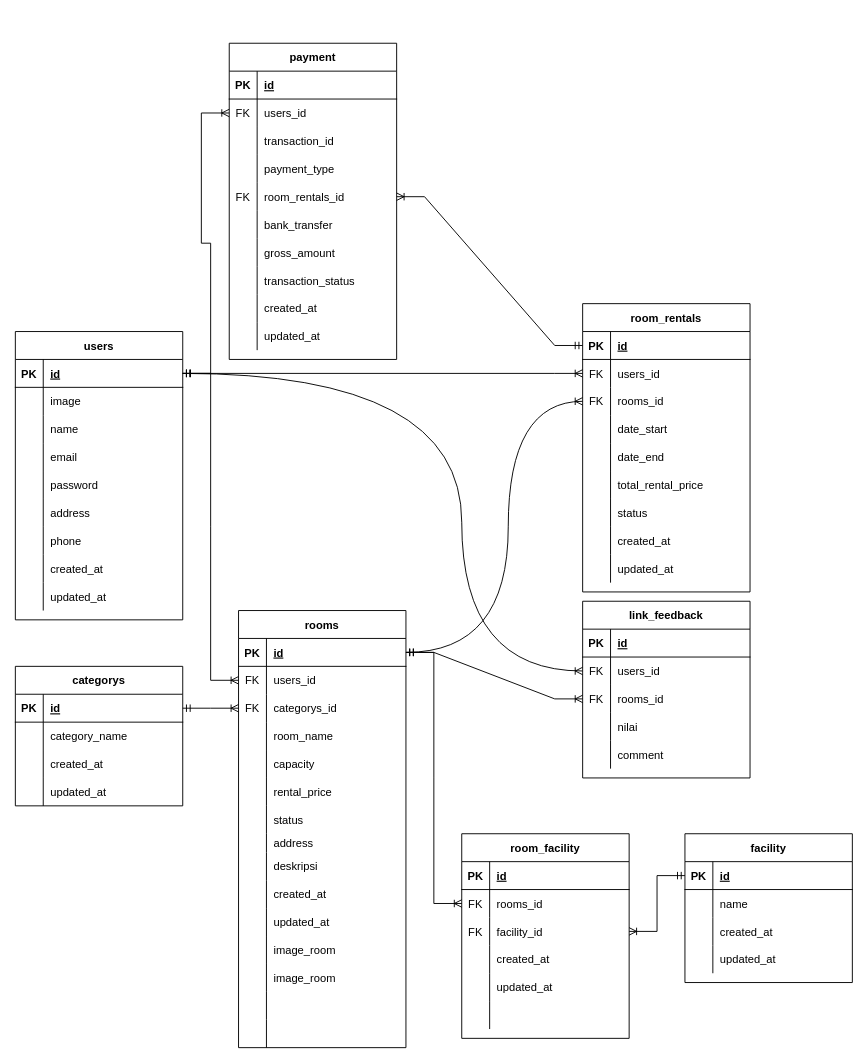
This is erd/ERD-MNroom.drawio from Capstone-MNRoom/Capstone-MNRoom-BE, a draw.io file, before an edit. Source tidied: cells renumbered, new cells numbered last; positions are measured from the earlier drawing's top-left corner, leaving out a move shared by most shapes. Both pictures are drawn from the tidied source at 93%, with x=0, y=0 at pixel (15, 43).
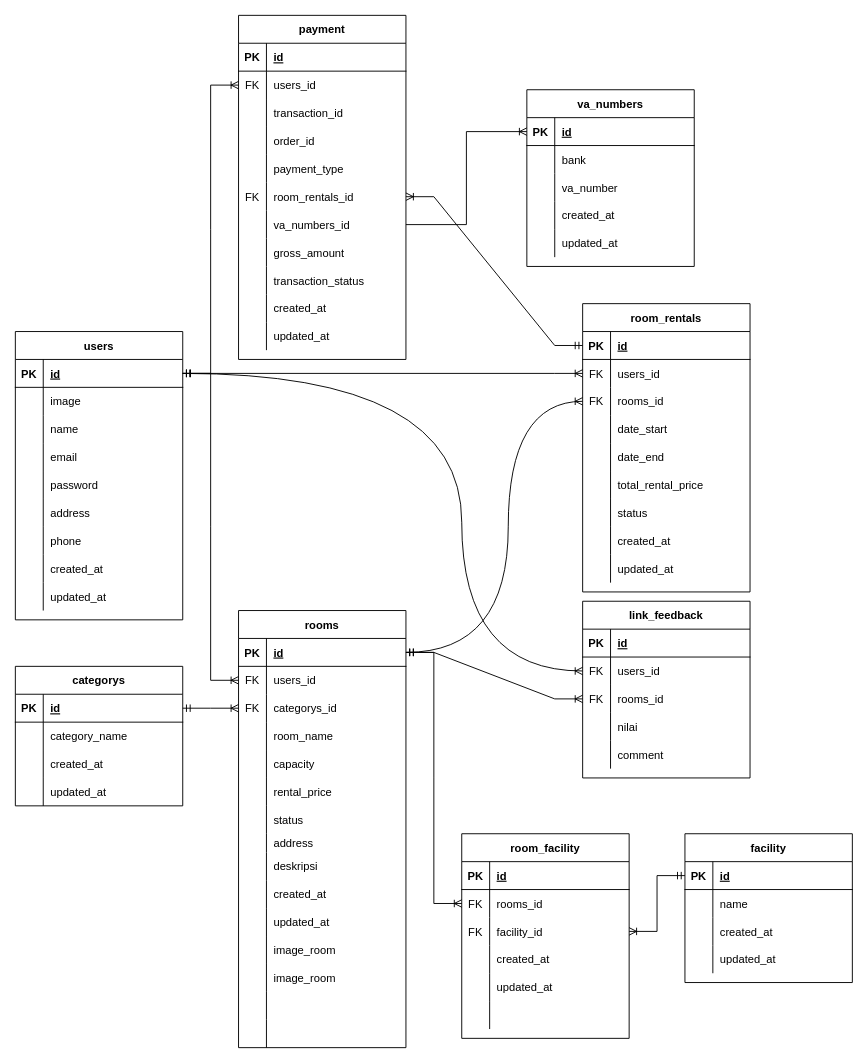
After the change.

Change to the diagram source:
```diff
@@
     <mxCell id="117" value="payment" style="shape=table;startSize=30;childLayout=tableLayout;rowLines=0;fontStyle=1;align=center;" parent="1" vertex="1">
-      <mxGeometry x="230" width="180" height="340" as="geometry" />
+      <mxGeometry x="240" y="-30" width="180" height="370" as="geometry" />
     </mxCell>
@@
+    <mxCell id="206" style="shape=tableRow;horizontal=0;startSize=0;swimlaneHead=0;swimlaneBody=0;fillColor=none;top=0;left=0;right=0;bottom=0;" parent="117" vertex="1">
+      <mxGeometry y="120" width="180" height="30" as="geometry" />
+    </mxCell>
+    <mxCell id="207" style="shape=partialRectangle;fillColor=none;top=0;left=0;bottom=0;right=0;overflow=hidden;" parent="206" vertex="1">
+      <mxGeometry width="30" height="30" as="geometry" />
+    </mxCell>
+    <mxCell id="208" value="order_id" style="shape=partialRectangle;fillColor=none;top=0;left=0;bottom=0;right=0;align=left;spacingLeft=6;overflow=hidden;" parent="206" vertex="1">
+      <mxGeometry x="30" width="150" height="30" as="geometry" />
+    </mxCell>
     <mxCell id="127" style="shape=tableRow;horizontal=0;startSize=0;swimlaneHead=0;swimlaneBody=0;fillColor=none;top=0;left=0;right=0;bottom=0;" parent="117" vertex="1">
-      <mxGeometry y="120" width="180" height="30" as="geometry" />
+      <mxGeometry y="150" width="180" height="30" as="geometry" />
     </mxCell>
@@
     <mxCell id="130" style="shape=tableRow;horizontal=0;startSize=0;swimlaneHead=0;swimlaneBody=0;fillColor=none;points=[[0,0.5],[1,0.5]];portConstraint=eastwest;top=0;left=0;right=0;bottom=0;" parent="117" vertex="1">
-      <mxGeometry y="150" width="180" height="30" as="geometry" />
+      <mxGeometry y="180" width="180" height="30" as="geometry" />
     </mxCell>
@@
     <mxCell id="133" style="shape=tableRow;horizontal=0;startSize=0;swimlaneHead=0;swimlaneBody=0;fillColor=none;points=[[0,0.5],[1,0.5]];portConstraint=eastwest;top=0;left=0;right=0;bottom=0;" parent="117" vertex="1">
-      <mxGeometry y="180" width="180" height="30" as="geometry" />
+      <mxGeometry y="210" width="180" height="30" as="geometry" />
     </mxCell>
@@
-    <mxCell id="135" value="bank_transfer" style="shape=partialRectangle;fillColor=none;top=0;left=0;bottom=0;right=0;align=left;spacingLeft=6;overflow=hidden;" parent="133" vertex="1">
+    <mxCell id="135" value="va_numbers_id" style="shape=partialRectangle;fillColor=none;top=0;left=0;bottom=0;right=0;align=left;spacingLeft=6;overflow=hidden;" parent="133" vertex="1">
       <mxGeometry x="30" width="150" height="30" as="geometry" />
     </mxCell>
     <mxCell id="136" style="shape=tableRow;horizontal=0;startSize=0;swimlaneHead=0;swimlaneBody=0;fillColor=none;top=0;left=0;right=0;bottom=0;" parent="117" vertex="1">
-      <mxGeometry y="210" width="180" height="30" as="geometry" />
+      <mxGeometry y="240" width="180" height="30" as="geometry" />
     </mxCell>
@@
     <mxCell id="139" style="shape=tableRow;horizontal=0;startSize=0;swimlaneHead=0;swimlaneBody=0;fillColor=none;top=0;left=0;right=0;bottom=0;" parent="117" vertex="1">
-      <mxGeometry y="240" width="180" height="30" as="geometry" />
+      <mxGeometry y="270" width="180" height="30" as="geometry" />
     </mxCell>
@@
     <mxCell id="142" style="shape=tableRow;horizontal=0;startSize=0;swimlaneHead=0;swimlaneBody=0;fillColor=none;top=0;left=0;right=0;bottom=0;" parent="117" vertex="1">
-      <mxGeometry y="270" width="180" height="30" as="geometry" />
+      <mxGeometry y="300" width="180" height="30" as="geometry" />
     </mxCell>
@@
     <mxCell id="145" style="shape=tableRow;horizontal=0;startSize=0;swimlaneHead=0;swimlaneBody=0;fillColor=none;top=0;left=0;right=0;bottom=0;" parent="117" vertex="1">
-      <mxGeometry y="300" width="180" height="30" as="geometry" />
+      <mxGeometry y="330" width="180" height="30" as="geometry" />
     </mxCell>
@@
+    <mxCell id="209" value="va_numbers" style="shape=table;startSize=30;childLayout=tableLayout;rowLines=0;fontStyle=1;align=center;" parent="1" vertex="1">
+      <mxGeometry x="550" y="50" width="180" height="190" as="geometry" />
+    </mxCell>
+    <mxCell id="210" style="shape=tableRow;horizontal=0;startSize=0;swimlaneHead=0;swimlaneBody=0;fillColor=none;points=[[0,0.5],[1,0.5]];portConstraint=eastwest;top=0;left=0;right=0;bottom=1;" parent="209" vertex="1">
+      <mxGeometry y="30" width="180" height="30" as="geometry" />
+    </mxCell>
+    <mxCell id="211" value="PK" style="shape=partialRectangle;fillColor=none;top=0;left=0;bottom=0;right=0;fontStyle=1;overflow=hidden;" parent="210" vertex="1">
+      <mxGeometry width="30" height="30" as="geometry" />
+    </mxCell>
+    <mxCell id="212" value="id" style="shape=partialRectangle;fillColor=none;top=0;left=0;bottom=0;right=0;align=left;spacingLeft=6;fontStyle=5;overflow=hidden;" parent="210" vertex="1">
+      <mxGeometry x="30" width="150" height="30" as="geometry" />
+    </mxCell>
+    <mxCell id="213" style="shape=tableRow;horizontal=0;startSize=0;swimlaneHead=0;swimlaneBody=0;fillColor=none;top=0;left=0;right=0;bottom=0;" parent="209" vertex="1">
+      <mxGeometry y="60" width="180" height="30" as="geometry" />
+    </mxCell>
+    <mxCell id="214" style="shape=partialRectangle;fillColor=none;top=0;left=0;bottom=0;right=0;overflow=hidden;" parent="213" vertex="1">
+      <mxGeometry width="30" height="30" as="geometry" />
+    </mxCell>
+    <mxCell id="215" value="bank" style="shape=partialRectangle;fillColor=none;top=0;left=0;bottom=0;right=0;align=left;spacingLeft=6;overflow=hidden;" parent="213" vertex="1">
+      <mxGeometry x="30" width="150" height="30" as="geometry" />
+    </mxCell>
+    <mxCell id="216" style="shape=tableRow;horizontal=0;startSize=0;swimlaneHead=0;swimlaneBody=0;fillColor=none;top=0;left=0;right=0;bottom=0;" parent="209" vertex="1">
+      <mxGeometry y="90" width="180" height="30" as="geometry" />
+    </mxCell>
+    <mxCell id="217" style="shape=partialRectangle;fillColor=none;top=0;left=0;bottom=0;right=0;overflow=hidden;" parent="216" vertex="1">
+      <mxGeometry width="30" height="30" as="geometry" />
+    </mxCell>
+    <mxCell id="218" value="va_number" style="shape=partialRectangle;fillColor=none;top=0;left=0;bottom=0;right=0;align=left;spacingLeft=6;overflow=hidden;" parent="216" vertex="1">
+      <mxGeometry x="30" width="150" height="30" as="geometry" />
+    </mxCell>
+    <mxCell id="219" style="shape=tableRow;horizontal=0;startSize=0;swimlaneHead=0;swimlaneBody=0;fillColor=none;top=0;left=0;right=0;bottom=0;" parent="209" vertex="1">
+      <mxGeometry y="120" width="180" height="30" as="geometry" />
+    </mxCell>
+    <mxCell id="220" style="shape=partialRectangle;fillColor=none;top=0;left=0;bottom=0;right=0;overflow=hidden;" parent="219" vertex="1">
+      <mxGeometry width="30" height="30" as="geometry" />
+    </mxCell>
+    <mxCell id="221" value="created_at" style="shape=partialRectangle;fillColor=none;top=0;left=0;bottom=0;right=0;align=left;spacingLeft=6;overflow=hidden;" parent="219" vertex="1">
+      <mxGeometry x="30" width="150" height="30" as="geometry" />
+    </mxCell>
+    <mxCell id="222" style="shape=tableRow;horizontal=0;startSize=0;swimlaneHead=0;swimlaneBody=0;fillColor=none;top=0;left=0;right=0;bottom=0;" parent="209" vertex="1">
+      <mxGeometry y="150" width="180" height="30" as="geometry" />
+    </mxCell>
+    <mxCell id="223" style="shape=partialRectangle;fillColor=none;top=0;left=0;bottom=0;right=0;overflow=hidden;" parent="222" vertex="1">
+      <mxGeometry width="30" height="30" as="geometry" />
+    </mxCell>
+    <mxCell id="224" value="updated_at" style="shape=partialRectangle;fillColor=none;top=0;left=0;bottom=0;right=0;align=left;spacingLeft=6;overflow=hidden;" parent="222" vertex="1">
+      <mxGeometry x="30" width="150" height="30" as="geometry" />
+    </mxCell>
+    <mxCell id="225" style="edgeStyle=orthogonalEdgeStyle;fontSize=12;html=1;endArrow=ERoneToMany;rounded=0;entryX=0;entryY=0.5;entryDx=0;entryDy=0;exitX=1;exitY=0.5;exitDx=0;exitDy=0;" parent="1" edge="1" source="133" target="210">
+      <mxGeometry relative="1" as="geometry" />
+    </mxCell>
```
